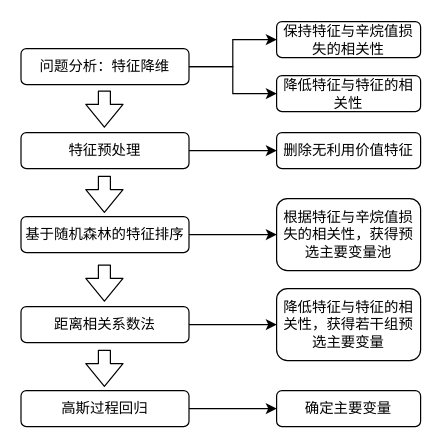
Earlier version of the draw.io diagram 数模2.drawio (wennieWN/UML). Source tidied: cells renumbered, new cells numbered last; positions are measured from the earlier drawing's top-left corner, leaving out a move shared by most shapes. Both pictures are drawn from the tidied source at 120%, with x=0, y=0 at pixel (20, 22).
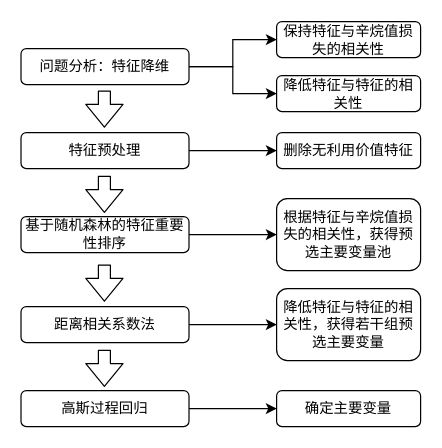
After the change.

Change to the diagram source:
```diff
@@
-    <mxCell id="5" value="基于随机森林的特征排序" style="rounded=1;whiteSpace=wrap;html=1;fontFamily=Times New Roman;" parent="1" vertex="1">
+    <mxCell id="5" value="基于随机森林的特征重要性排序" style="rounded=1;whiteSpace=wrap;html=1;fontFamily=Times New Roman;" parent="1" vertex="1">
       <mxGeometry y="162" width="140" height="30" as="geometry" />
     </mxCell>
```
